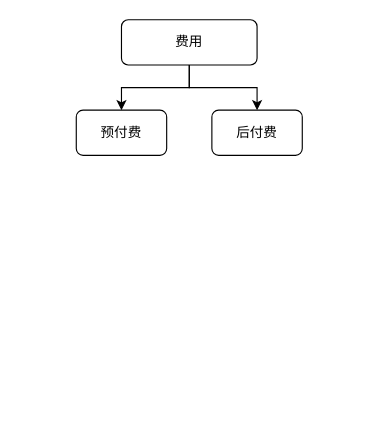
Before: page "Page-1" (1 of 2) of logichth3.drawio in zhangjiongcn/drawio, a draw.io diagram. Source tidied: cells renumbered, new cells numbered last; positions are measured from the earlier drawing's top-left corner, leaving out a move shared by most shapes. Both pictures are drawn from the tidied source at 113%, with x=0, y=0 at pixel (76, 19).
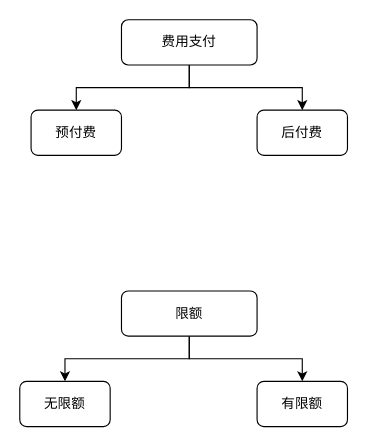
The same page after the edit.

What changed in the source:
```diff
@@
 <mxGraphModel>
   <root>
     <mxCell id="0" />
     <mxCell id="1" parent="0" />
     <mxCell id="2" style="edgeStyle=orthogonalEdgeStyle;rounded=0;jettySize=auto;html=1;exitX=0.5;exitY=1;exitDx=0;exitDy=0;" parent="1" edge="1" source="4" target="5">
       <mxGeometry relative="1" as="geometry" />
     </mxCell>
     <mxCell id="3" style="edgeStyle=orthogonalEdgeStyle;rounded=0;jettySize=auto;html=1;entryX=0.5;entryY=0;entryDx=0;entryDy=0;" parent="1" edge="1" source="4" target="6">
       <mxGeometry relative="1" as="geometry" />
     </mxCell>
-    <mxCell id="4" value="费用" style="rounded=1;whiteSpace=wrap;html=1;" parent="1" vertex="1">
+    <mxCell id="4" value="费用支付" style="rounded=1;whiteSpace=wrap;html=1;" parent="1" vertex="1">
       <mxGeometry x="40" width="120" height="40" as="geometry" />
     </mxCell>
     <mxCell id="5" value="预付费" style="rounded=1;whiteSpace=wrap;html=1;" parent="1" vertex="1">
-      <mxGeometry y="80" width="80" height="40" as="geometry" />
+      <mxGeometry x="-40" y="80" width="80" height="40" as="geometry" />
     </mxCell>
     <mxCell id="6" value="后付费" style="rounded=1;whiteSpace=wrap;html=1;" parent="1" vertex="1">
-      <mxGeometry x="120" y="80" width="80" height="40" as="geometry" />
+      <mxGeometry x="160" y="80" width="80" height="40" as="geometry" />
     </mxCell>
+    <mxCell id="7" style="edgeStyle=orthogonalEdgeStyle;rounded=0;jettySize=auto;html=1;entryX=0.5;entryY=0;entryDx=0;entryDy=0;exitX=0.5;exitY=1;exitDx=0;exitDy=0;" parent="1" edge="1" source="9" target="10">
+      <mxGeometry relative="1" as="geometry" />
+    </mxCell>
+    <mxCell id="8" style="edgeStyle=orthogonalEdgeStyle;rounded=0;jettySize=auto;html=1;entryX=0.5;entryY=0;entryDx=0;entryDy=0;" parent="1" edge="1" source="9" target="11">
+      <mxGeometry relative="1" as="geometry" />
+    </mxCell>
+    <mxCell id="9" value="限额" style="rounded=1;whiteSpace=wrap;html=1;" parent="1" vertex="1">
+      <mxGeometry x="40" y="240" width="120" height="40" as="geometry" />
+    </mxCell>
+    <mxCell id="10" value="无限额" style="rounded=1;whiteSpace=wrap;html=1;" parent="1" vertex="1">
+      <mxGeometry x="-50" y="320" width="80" height="40" as="geometry" />
+    </mxCell>
+    <mxCell id="11" value="有限额" style="rounded=1;whiteSpace=wrap;html=1;" parent="1" vertex="1">
+      <mxGeometry x="160" y="320" width="80" height="40" as="geometry" />
+    </mxCell>
   </root>
 </mxGraphModel>
```
